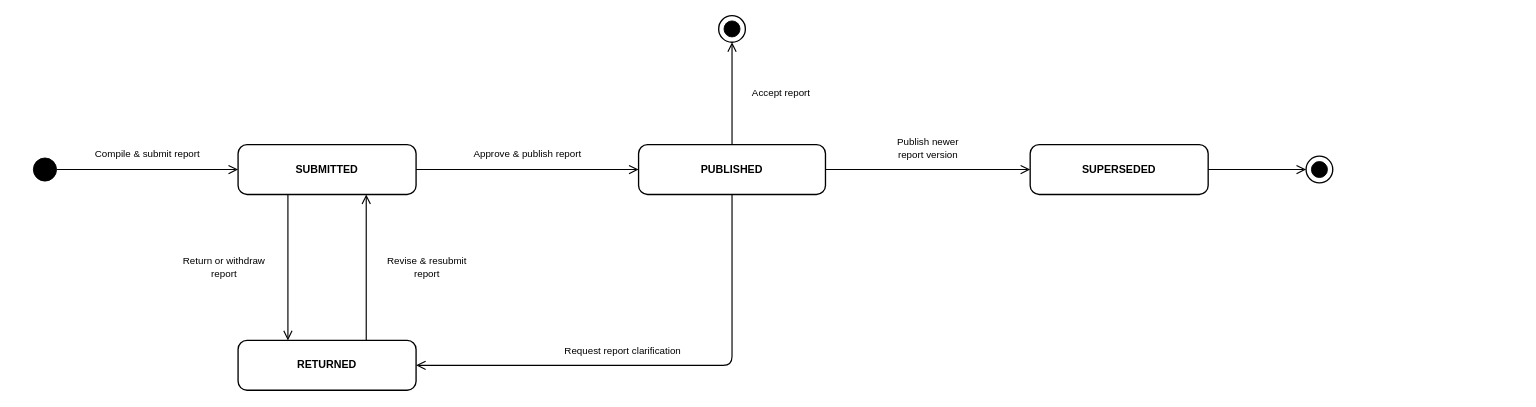
Before: page "State 5 - InspectionReport" (5 of 7) of diagrams/smartdrone-state-diagrams.drawio in tungbach12/SmartDroneInspection-Docs, a draw.io diagram. Source tidied: cells renumbered, new cells numbered last; positions are measured from the earlier drawing's top-left corner, leaving out a move shared by most shapes. Both pictures are drawn from the tidied source at 89%, with x=0, y=0 at pixel (33, 15).
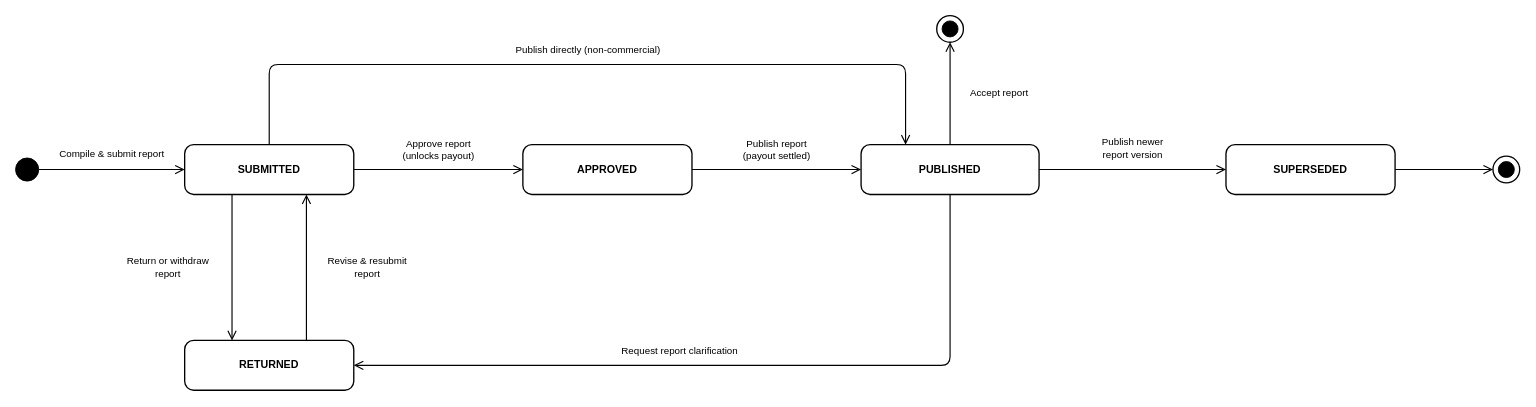
Above is the later version.

The edit, as a diff of the source:
```diff
@@
     <mxCell id="2" style="ellipse;whiteSpace=wrap;html=1;fillColor=#000000;strokeColor=#000000;" parent="1" vertex="1">
-      <mxGeometry y="160" width="26" height="26" as="geometry" />
+      <mxGeometry x="-20" y="160" width="26" height="26" as="geometry" />
     </mxCell>
     <mxCell id="3" value="&lt;b&gt;SUBMITTED&lt;/b&gt;" style="rounded=1;arcSize=18;whiteSpace=wrap;html=1;fillColor=#FFFFFF;strokeColor=#000000;strokeWidth=1.5;fontFamily=Helvetica;fontSize=12;align=center;verticalAlign=middle;" parent="1" vertex="1">
-      <mxGeometry x="230" y="145" width="200" height="56" as="geometry" />
+      <mxGeometry x="170" y="145" width="190" height="56" as="geometry" />
     </mxCell>
     <mxCell id="4" value="&lt;b&gt;RETURNED&lt;/b&gt;" style="rounded=1;arcSize=18;whiteSpace=wrap;html=1;fillColor=#FFFFFF;strokeColor=#000000;strokeWidth=1.5;fontFamily=Helvetica;fontSize=12;align=center;verticalAlign=middle;" parent="1" vertex="1">
-      <mxGeometry x="230" y="365" width="200" height="56" as="geometry" />
+      <mxGeometry x="170" y="365" width="190" height="56" as="geometry" />
     </mxCell>
+    <mxCell id="19" value="&lt;b&gt;APPROVED&lt;/b&gt;" style="rounded=1;arcSize=18;whiteSpace=wrap;html=1;fillColor=#FFFFFF;strokeColor=#000000;strokeWidth=1.5;fontFamily=Helvetica;fontSize=12;align=center;verticalAlign=middle;" parent="1" vertex="1">
+      <mxGeometry x="550" y="145" width="190" height="56" as="geometry" />
+    </mxCell>
     <mxCell id="5" value="&lt;b&gt;PUBLISHED&lt;/b&gt;" style="rounded=1;arcSize=18;whiteSpace=wrap;html=1;fillColor=#FFFFFF;strokeColor=#000000;strokeWidth=1.5;fontFamily=Helvetica;fontSize=12;align=center;verticalAlign=middle;" parent="1" vertex="1">
-      <mxGeometry x="680" y="145" width="210" height="56" as="geometry" />
+      <mxGeometry x="930" y="145" width="200" height="56" as="geometry" />
     </mxCell>
     <mxCell id="6" value="&lt;b&gt;SUPERSEDED&lt;/b&gt;" style="rounded=1;arcSize=18;whiteSpace=wrap;html=1;fillColor=#FFFFFF;strokeColor=#000000;strokeWidth=1.5;fontFamily=Helvetica;fontSize=12;align=center;verticalAlign=middle;" parent="1" vertex="1">
-      <mxGeometry x="1120" y="145" width="200" height="56" as="geometry" />
+      <mxGeometry x="1340" y="145" width="190" height="56" as="geometry" />
     </mxCell>
     <mxCell id="7" style="ellipse;whiteSpace=wrap;html=1;fillColor=#FFFFFF;strokeColor=#000000;strokeWidth=1.5;" parent="1" vertex="1">
-      <mxGeometry x="770" width="30" height="30" as="geometry" />
+      <mxGeometry x="1015" width="30" height="30" as="geometry" />
     </mxCell>
@@
     <mxCell id="9" style="ellipse;whiteSpace=wrap;html=1;fillColor=#FFFFFF;strokeColor=#000000;strokeWidth=1.5;" parent="1" vertex="1">
-      <mxGeometry x="1430" y="158" width="30" height="30" as="geometry" />
+      <mxGeometry x="1640" y="158" width="30" height="30" as="geometry" />
     </mxCell>
@@
-    <mxCell id="14" value="Approve &amp;amp; publish report" style="edgeStyle=orthogonalEdgeStyle;rounded=1;jettySize=auto;html=1;strokeColor=#000000;strokeWidth=1.3;endArrow=open;endFill=0;endSize=8;fontFamily=Helvetica;fontSize=11;fontColor=#000000;labelBackgroundColor=#FFFFFF;exitPerimeter=0;entryPerimeter=0;exitX=1.0;exitY=0.5;entryX=0.0;entryY=0.5;" parent="1" edge="1" source="3" target="5">
+    <mxCell id="14" value="Approve report&lt;br/&gt;(unlocks payout)" style="edgeStyle=orthogonalEdgeStyle;rounded=1;jettySize=auto;html=1;strokeColor=#000000;strokeWidth=1.3;endArrow=open;endFill=0;endSize=8;fontFamily=Helvetica;fontSize=11;fontColor=#000000;labelBackgroundColor=#FFFFFF;exitPerimeter=0;entryPerimeter=0;exitX=1.0;exitY=0.5;entryX=0.0;entryY=0.5;" parent="1" edge="1" source="3" target="19">
       <mxGeometry relative="1" as="geometry">
-        <mxPoint y="-18" as="offset" />
+        <mxPoint y="-22" as="offset" />
       </mxGeometry>
     </mxCell>
+    <mxCell id="20" value="Publish report&lt;br/&gt;(payout settled)" style="edgeStyle=orthogonalEdgeStyle;rounded=1;jettySize=auto;html=1;strokeColor=#000000;strokeWidth=1.3;endArrow=open;endFill=0;endSize=8;fontFamily=Helvetica;fontSize=11;fontColor=#000000;labelBackgroundColor=#FFFFFF;exitPerimeter=0;entryPerimeter=0;exitX=1.0;exitY=0.5;entryX=0.0;entryY=0.5;" parent="1" edge="1" source="19" target="5">
+      <mxGeometry relative="1" as="geometry">
+        <mxPoint y="-22" as="offset" />
+      </mxGeometry>
+    </mxCell>
+    <mxCell id="21" value="Publish directly (non-commercial)" style="edgeStyle=orthogonalEdgeStyle;rounded=1;jettySize=auto;html=1;strokeColor=#000000;strokeWidth=1.3;endArrow=open;endFill=0;endSize=8;fontFamily=Helvetica;fontSize=11;fontColor=#000000;labelBackgroundColor=#FFFFFF;exitPerimeter=0;entryPerimeter=0;exitX=0.5;exitY=0.0;entryX=0.25;entryY=0.0;" parent="1" edge="1" source="3" target="5">
+      <mxGeometry relative="1" as="geometry">
+        <Array as="points">
+          <mxPoint x="265" y="55" />
+          <mxPoint x="980" y="55" />
+        </Array>
+        <mxPoint y="-16" as="offset" />
+      </mxGeometry>
+    </mxCell>
     <mxCell id="15" value="Request report clarification" style="edgeStyle=orthogonalEdgeStyle;rounded=1;jettySize=auto;html=1;strokeColor=#000000;strokeWidth=1.3;endArrow=open;endFill=0;endSize=8;fontFamily=Helvetica;fontSize=11;fontColor=#000000;labelBackgroundColor=#FFFFFF;exitPerimeter=0;entryPerimeter=0;exitX=0.5;exitY=1.0;entryX=1.0;entryY=0.5;" parent="1" edge="1" source="5" target="4">
       <mxGeometry x="0.15" relative="1" as="geometry">
         <Array as="points">
-          <mxPoint x="785" y="393" />
+          <mxPoint x="1030" y="393" />
         </Array>
         <mxPoint y="-16" as="offset" />
       </mxGeometry>
     </mxCell>
```
